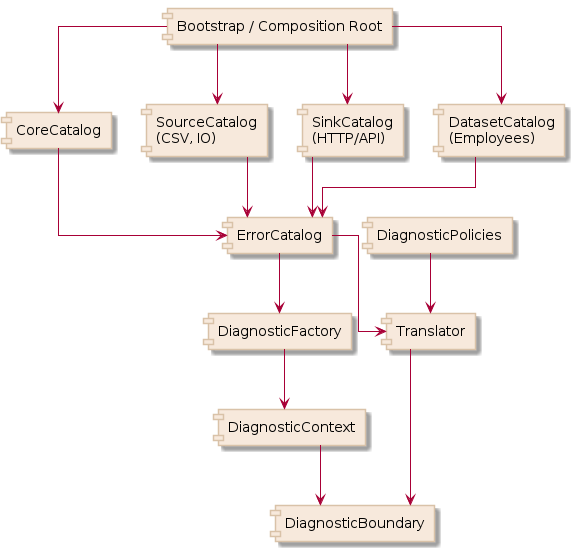
Above: docs/uml/pipeline/diagnostic_layer/diagnostic_layer_components.png in xORex-LC/nexus-etl (PlantUML), before the change. Its source is kept beside it as docs/uml/pipeline/diagnostic_layer/diagnostic_layer_components.puml.
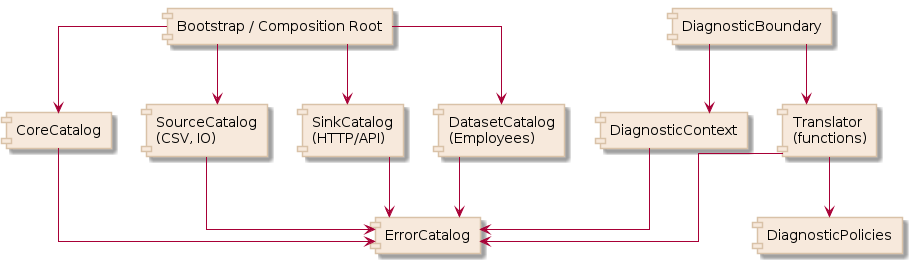
Later version of the same file.

The edit, as a diff of the source:
```diff
@@ -17,9 +17,8 @@
 component "DatasetCatalog\n(Employees)" as emp
 
 component "ErrorCatalog" as catalog
-component "DiagnosticFactory" as factory
 component "DiagnosticContext" as ctx
-component "Translator" as translator
+component "Translator\n(functions)" as translator
 component "DiagnosticPolicies" as policy
 component "DiagnosticBoundary" as boundary
 
@@ -33,11 +32,9 @@
 sink --> catalog
 emp --> catalog
 
-catalog --> factory
-factory --> ctx
-catalog --> translator
-policy --> translator
-
-translator --> boundary
-ctx --> boundary
+ctx --> catalog
+translator --> catalog
+translator --> policy
+boundary --> translator
+boundary --> ctx
 @enduml
```
